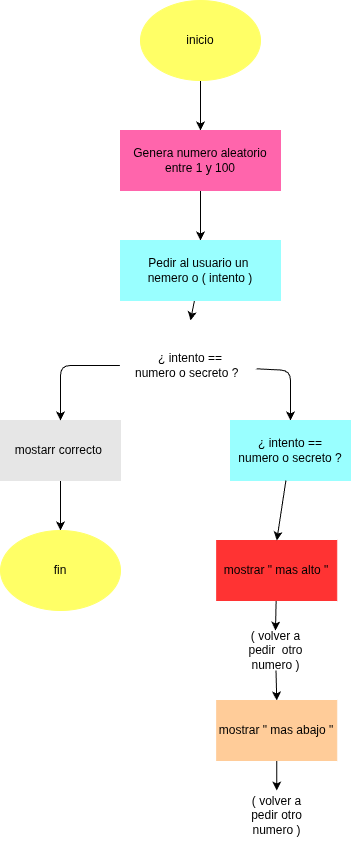
Above: ejercicio3/diagrama.png in jonatangarzon/Taller-repetitiva-con-while (draw.io), before the change. Source tidied: cells renumbered, new cells last; positions are measured from the earlier drawing's top-left corner, leaving out a move shared by most shapes. The source it was exported from:
```xml
<mxGraphModel>
  <root>
    <mxCell id="0" />
    <mxCell id="1" parent="0" />
    <mxCell id="2" style="edgeStyle=none;html=1;" parent="1" edge="1" source="3" target="5">
      <mxGeometry relative="1" as="geometry" />
    </mxCell>
    <mxCell id="3" value="inicio" style="ellipse;whiteSpace=wrap;html=1;fillColor=#FFFF66;strokeColor=#FFFF66;" parent="1" vertex="1">
      <mxGeometry x="140" width="120" height="80" as="geometry" />
    </mxCell>
    <mxCell id="4" style="edgeStyle=none;html=1;entryX=0.5;entryY=0;entryDx=0;entryDy=0;" parent="1" edge="1" source="5" target="7">
      <mxGeometry relative="1" as="geometry" />
    </mxCell>
    <mxCell id="5" value="&lt;div&gt;&lt;span style=&quot;background-color: transparent;&quot;&gt;Genera numero aleatorio&lt;/span&gt;&lt;/div&gt;&lt;div&gt;&lt;span style=&quot;background-color: transparent;&quot;&gt;entre 1 y 100&lt;/span&gt;&lt;/div&gt;" style="rounded=0;whiteSpace=wrap;html=1;fillColor=#FF65AC;strokeColor=#FF65AC;" parent="1" vertex="1">
      <mxGeometry x="120" y="130" width="160" height="60" as="geometry" />
    </mxCell>
    <mxCell id="6" style="edgeStyle=none;html=1;entryX=0.5;entryY=0;entryDx=0;entryDy=0;" parent="1" edge="1" source="7" target="20">
      <mxGeometry relative="1" as="geometry" />
    </mxCell>
    <mxCell id="7" value="Pedir al usuario un&amp;nbsp;&lt;div&gt;nemero o ( intento )&lt;/div&gt;" style="rounded=0;whiteSpace=wrap;html=1;fillColor=#99FFFF;strokeColor=#99FFFF;" parent="1" vertex="1">
      <mxGeometry x="120" y="240" width="160" height="60" as="geometry" />
    </mxCell>
    <mxCell id="8" style="edgeStyle=none;html=1;entryX=0.5;entryY=0;entryDx=0;entryDy=0;" parent="1" edge="1" source="9" target="17">
      <mxGeometry relative="1" as="geometry" />
    </mxCell>
    <mxCell id="9" value="mostarr correcto&amp;nbsp;" style="rounded=0;whiteSpace=wrap;html=1;fillColor=#E6E6E6;strokeColor=#E6E6E6;" parent="1" vertex="1">
      <mxGeometry y="420" width="120" height="60" as="geometry" />
    </mxCell>
    <mxCell id="10" style="edgeStyle=none;html=1;entryX=0.5;entryY=0;entryDx=0;entryDy=0;" parent="1" edge="1" source="11" target="13">
      <mxGeometry relative="1" as="geometry" />
    </mxCell>
    <mxCell id="11" value="mostrar &quot; mas alto &quot;" style="rounded=0;whiteSpace=wrap;html=1;fillColor=#FF3333;strokeColor=#FF3333;" parent="1" vertex="1">
      <mxGeometry x="216.2" y="540" width="120" height="60" as="geometry" />
    </mxCell>
    <mxCell id="12" style="edgeStyle=none;html=1;entryX=0.5;entryY=0;entryDx=0;entryDy=0;" parent="1" edge="1" source="13" target="15">
      <mxGeometry relative="1" as="geometry" />
    </mxCell>
    <mxCell id="13" value="( volver a pedir&amp;nbsp; otro numero )" style="text;html=1;align=center;verticalAlign=middle;whiteSpace=wrap;rounded=0;" parent="1" vertex="1">
      <mxGeometry x="237.5" y="630" width="75" height="40" as="geometry" />
    </mxCell>
    <mxCell id="14" style="edgeStyle=none;html=1;entryX=0.5;entryY=0;entryDx=0;entryDy=0;" parent="1" edge="1" source="15" target="16">
      <mxGeometry relative="1" as="geometry" />
    </mxCell>
    <mxCell id="15" value="mostrar &quot; mas abajo &quot;" style="rounded=0;whiteSpace=wrap;html=1;fillColor=#FFCC99;strokeColor=#FFCC99;" parent="1" vertex="1">
      <mxGeometry x="216.2" y="700" width="120" height="60" as="geometry" />
    </mxCell>
    <mxCell id="16" value="( volver a pedir otro numero )" style="text;html=1;align=center;verticalAlign=middle;whiteSpace=wrap;rounded=0;" parent="1" vertex="1">
      <mxGeometry x="240" y="790" width="72.5" height="50" as="geometry" />
    </mxCell>
    <mxCell id="17" value="fin" style="ellipse;whiteSpace=wrap;html=1;fillColor=#FFFF66;strokeColor=#FFFF66;" parent="1" vertex="1">
      <mxGeometry y="530" width="120" height="80" as="geometry" />
    </mxCell>
    <mxCell id="18" style="edgeStyle=none;html=1;entryX=0.5;entryY=0;entryDx=0;entryDy=0;" parent="1" edge="1" source="20" target="9">
      <mxGeometry relative="1" as="geometry">
        <Array as="points">
          <mxPoint x="60" y="365" />
        </Array>
      </mxGeometry>
    </mxCell>
    <mxCell id="19" style="edgeStyle=none;html=1;entryX=0.5;entryY=0;entryDx=0;entryDy=0;" parent="1" edge="1" source="20" target="21">
      <mxGeometry relative="1" as="geometry">
        <Array as="points">
          <mxPoint x="290" y="370" />
        </Array>
      </mxGeometry>
    </mxCell>
    <mxCell id="20" value="¿ intento ==&lt;br&gt;numero o secreto ?&amp;nbsp;&amp;nbsp;" style="rhombus;whiteSpace=wrap;html=1;strokeColor=#FFFFFF;" parent="1" vertex="1">
      <mxGeometry x="120" y="320" width="140" height="90" as="geometry" />
    </mxCell>
    <mxCell id="21" value="¿ intento ==&lt;br&gt;numero o secreto ?" style="rounded=0;whiteSpace=wrap;html=1;fillColor=#99FFFF;strokeColor=#99FFFF;" parent="1" vertex="1">
      <mxGeometry x="230" y="420" width="120" height="60" as="geometry" />
    </mxCell>
    <mxCell id="22" style="edgeStyle=none;html=1;entryX=0.5;entryY=0;entryDx=0;entryDy=0;" parent="1" edge="1" source="21" target="11">
      <mxGeometry relative="1" as="geometry" />
    </mxCell>
  </root>
</mxGraphModel>
```
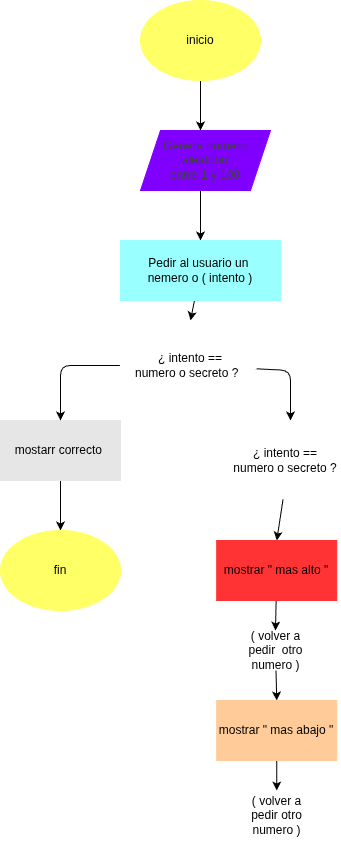
Later version of the same file.

What changed in the source:
```diff
@@ -2,18 +2,19 @@
   <root>
     <mxCell id="0" />
     <mxCell id="1" parent="0" />
-    <mxCell id="2" style="edgeStyle=none;html=1;" parent="1" edge="1" source="3" target="5">
-      <mxGeometry relative="1" as="geometry" />
+    <mxCell id="2" style="edgeStyle=none;html=1;" parent="1" edge="1" source="3">
+      <mxGeometry relative="1" as="geometry">
+        <mxPoint x="200" y="130" as="targetPoint" />
+      </mxGeometry>
     </mxCell>
     <mxCell id="3" value="inicio" style="ellipse;whiteSpace=wrap;html=1;fillColor=#FFFF66;strokeColor=#FFFF66;" parent="1" vertex="1">
       <mxGeometry x="140" width="120" height="80" as="geometry" />
     </mxCell>
-    <mxCell id="4" style="edgeStyle=none;html=1;entryX=0.5;entryY=0;entryDx=0;entryDy=0;" parent="1" edge="1" source="5" target="7">
-      <mxGeometry relative="1" as="geometry" />
+    <mxCell id="4" style="edgeStyle=none;html=1;entryX=0.5;entryY=0;entryDx=0;entryDy=0;" parent="1" edge="1" target="7">
+      <mxGeometry relative="1" as="geometry">
+        <mxPoint x="200" y="190" as="sourcePoint" />
+      </mxGeometry>
     </mxCell>
-    <mxCell id="5" value="&lt;div&gt;&lt;span style=&quot;background-color: transparent;&quot;&gt;Genera numero aleatorio&lt;/span&gt;&lt;/div&gt;&lt;div&gt;&lt;span style=&quot;background-color: transparent;&quot;&gt;entre 1 y 100&lt;/span&gt;&lt;/div&gt;" style="rounded=0;whiteSpace=wrap;html=1;fillColor=#FF65AC;strokeColor=#FF65AC;" parent="1" vertex="1">
-      <mxGeometry x="120" y="130" width="160" height="60" as="geometry" />
-    </mxCell>
     <mxCell id="6" style="edgeStyle=none;html=1;entryX=0.5;entryY=0;entryDx=0;entryDy=0;" parent="1" edge="1" source="7" target="20">
       <mxGeometry relative="1" as="geometry" />
     </mxCell>
@@ -57,8 +58,9 @@
         </Array>
       </mxGeometry>
     </mxCell>
-    <mxCell id="19" style="edgeStyle=none;html=1;entryX=0.5;entryY=0;entryDx=0;entryDy=0;" parent="1" edge="1" source="20" target="21">
+    <mxCell id="19" style="edgeStyle=none;html=1;entryX=0.5;entryY=0;entryDx=0;entryDy=0;" parent="1" edge="1" source="20">
       <mxGeometry relative="1" as="geometry">
+        <mxPoint x="290" y="420" as="targetPoint" />
         <Array as="points">
           <mxPoint x="290" y="370" />
         </Array>
@@ -67,11 +69,16 @@
     <mxCell id="20" value="¿ intento ==&lt;br&gt;numero o secreto ?&amp;nbsp;&amp;nbsp;" style="rhombus;whiteSpace=wrap;html=1;strokeColor=#FFFFFF;" parent="1" vertex="1">
       <mxGeometry x="120" y="320" width="140" height="90" as="geometry" />
     </mxCell>
+    <mxCell id="22" style="edgeStyle=none;html=1;entryX=0.5;entryY=0;entryDx=0;entryDy=0;" parent="1" edge="1" target="11">
+      <mxGeometry relative="1" as="geometry">
+        <mxPoint x="285.4" y="480" as="sourcePoint" />
+      </mxGeometry>
+    </mxCell>
-    <mxCell id="21" value="¿ intento ==&lt;br&gt;numero o secreto ?" style="rounded=0;whiteSpace=wrap;html=1;fillColor=#99FFFF;strokeColor=#99FFFF;" parent="1" vertex="1">
-      <mxGeometry x="230" y="420" width="120" height="60" as="geometry" />
+    <mxCell id="21" value="&lt;span style=&quot;color: rgb(0, 0, 0);&quot;&gt;¿ intento ==&lt;/span&gt;&lt;br style=&quot;color: rgb(63, 63, 63); scrollbar-color: rgb(226, 226, 226) rgb(251, 251, 251);&quot;&gt;&lt;span style=&quot;color: rgb(0, 0, 0);&quot;&gt;numero o secreto ?&lt;/span&gt;" style="rhombus;whiteSpace=wrap;html=1;strokeColor=#FFFFFF;" parent="1" vertex="1">
+      <mxGeometry x="230" y="420" width="110" height="80" as="geometry" />
     </mxCell>
-    <mxCell id="22" style="edgeStyle=none;html=1;entryX=0.5;entryY=0;entryDx=0;entryDy=0;" parent="1" edge="1" source="21" target="11">
-      <mxGeometry relative="1" as="geometry" />
-    </mxCell>
+    <mxCell id="5" value="&lt;div style=&quot;color: rgb(63, 63, 63); scrollbar-color: rgb(226, 226, 226) rgb(251, 251, 251);&quot;&gt;&lt;span style=&quot;color: rgb(63, 63, 63); scrollbar-color: rgb(226, 226, 226) rgb(251, 251, 251); background-color: transparent;&quot;&gt;Genera numero aleatorio&lt;/span&gt;&lt;/div&gt;&lt;div style=&quot;color: rgb(63, 63, 63); scrollbar-color: rgb(226, 226, 226) rgb(251, 251, 251);&quot;&gt;&lt;span style=&quot;color: rgb(63, 63, 63); scrollbar-color: rgb(226, 226, 226) rgb(251, 251, 251); background-color: transparent;&quot;&gt;entre 1 y 100&lt;/span&gt;&lt;/div&gt;" style="shape=parallelogram;perimeter=parallelogramPerimeter;whiteSpace=wrap;html=1;fixedSize=1;fillColor=#7F00FF;strokeColor=#7F00FF;" parent="1" vertex="1">
+      <mxGeometry x="140" y="130" width="130" height="60" as="geometry" />
+    </mxCell>
   </root>
 </mxGraphModel>
```
